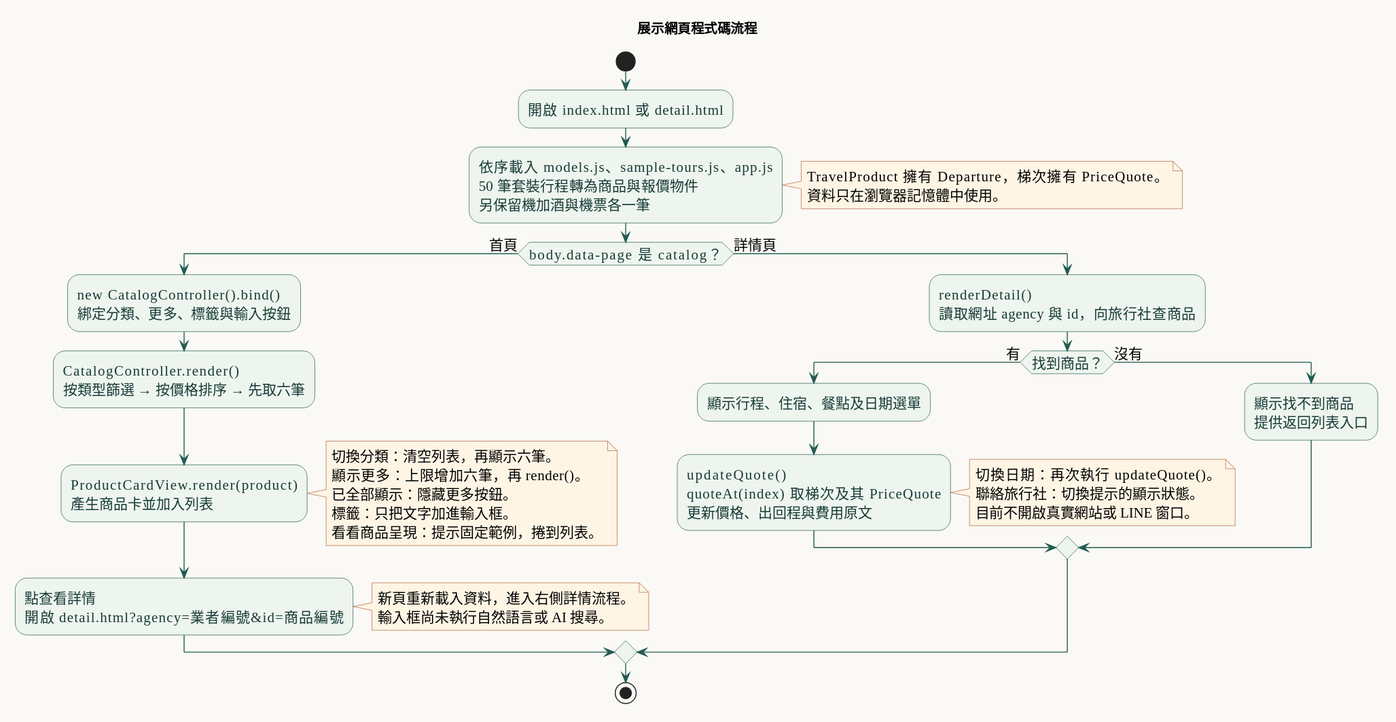
Earlier version of the PlantUML export 作業區/獨立展示/CodeFlow.svg (buhaw7w/desktop-tutorial).
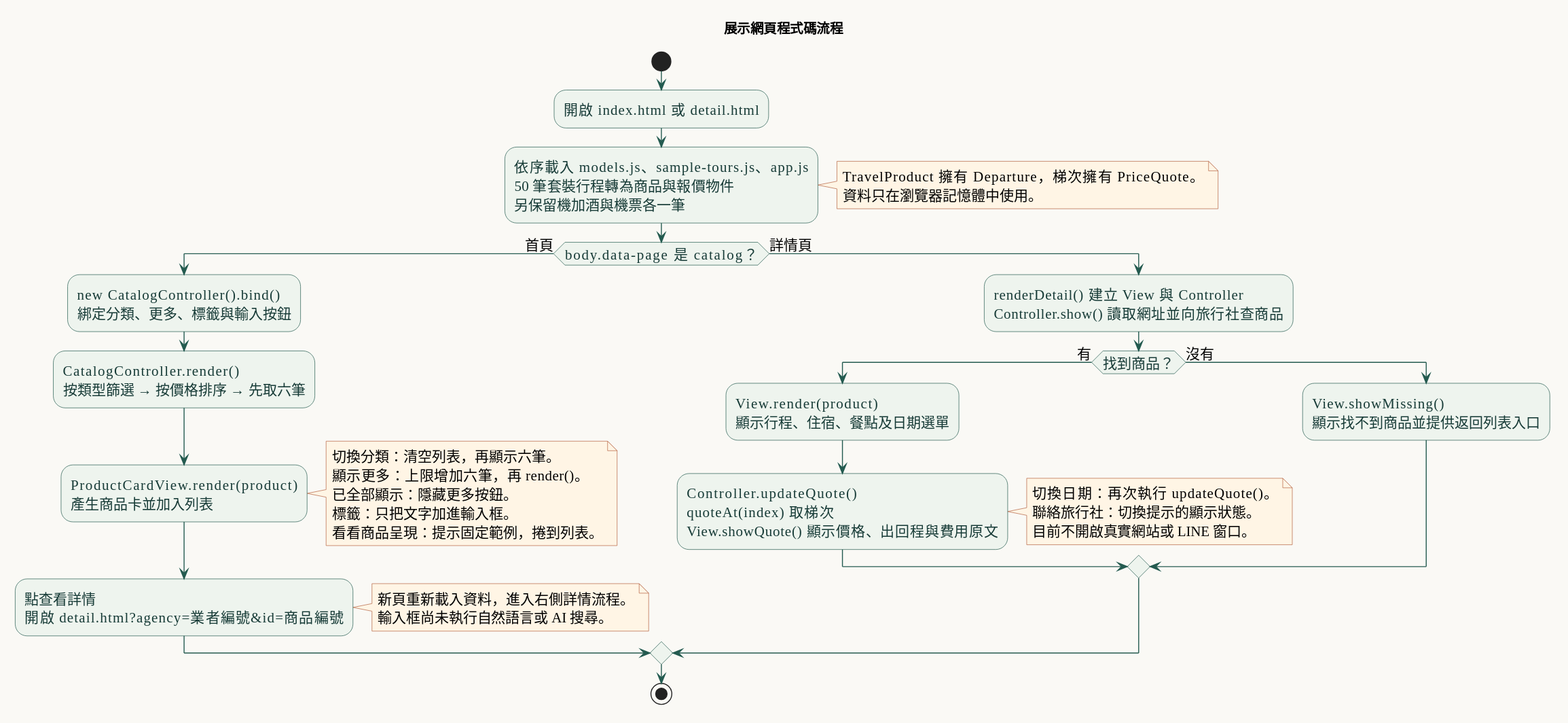
The same diagram one commit later.

Commit message:
補上日期報價的 MVC 循序圖與對應介面控制類別

What changed in the source:
```diff
@@ -34,17 +34,17 @@
     輸入框尚未執行自然語言或 AI 搜尋。
   end note
 else (詳情頁)
-  :renderDetail()\n讀取網址 agency 與 id，向旅行社查商品;
+  :renderDetail() 建立 View 與 Controller\nController.show() 讀取網址並向旅行社查商品;
   if (找到商品？) then (有)
-    :顯示行程、住宿、餐點及日期選單;
-    :updateQuote()\nquoteAt(index) 取梯次及其 PriceQuote\n更新價格、出回程與費用原文;
+    :View.render(product)\n顯示行程、住宿、餐點及日期選單;
+    :Controller.updateQuote()\nquoteAt(index) 取梯次\nView.showQuote() 顯示價格、出回程與費用原文;
     note right
       切換日期：再次執行 updateQuote()。
       聯絡旅行社：切換提示的顯示狀態。
       目前不開啟真實網站或 LINE 窗口。
     end note
   else (沒有)
-    :顯示找不到商品\n提供返回列表入口;
+    :View.showMissing()\n顯示找不到商品並提供返回列表入口;
   endif
 endif
 stop
```
